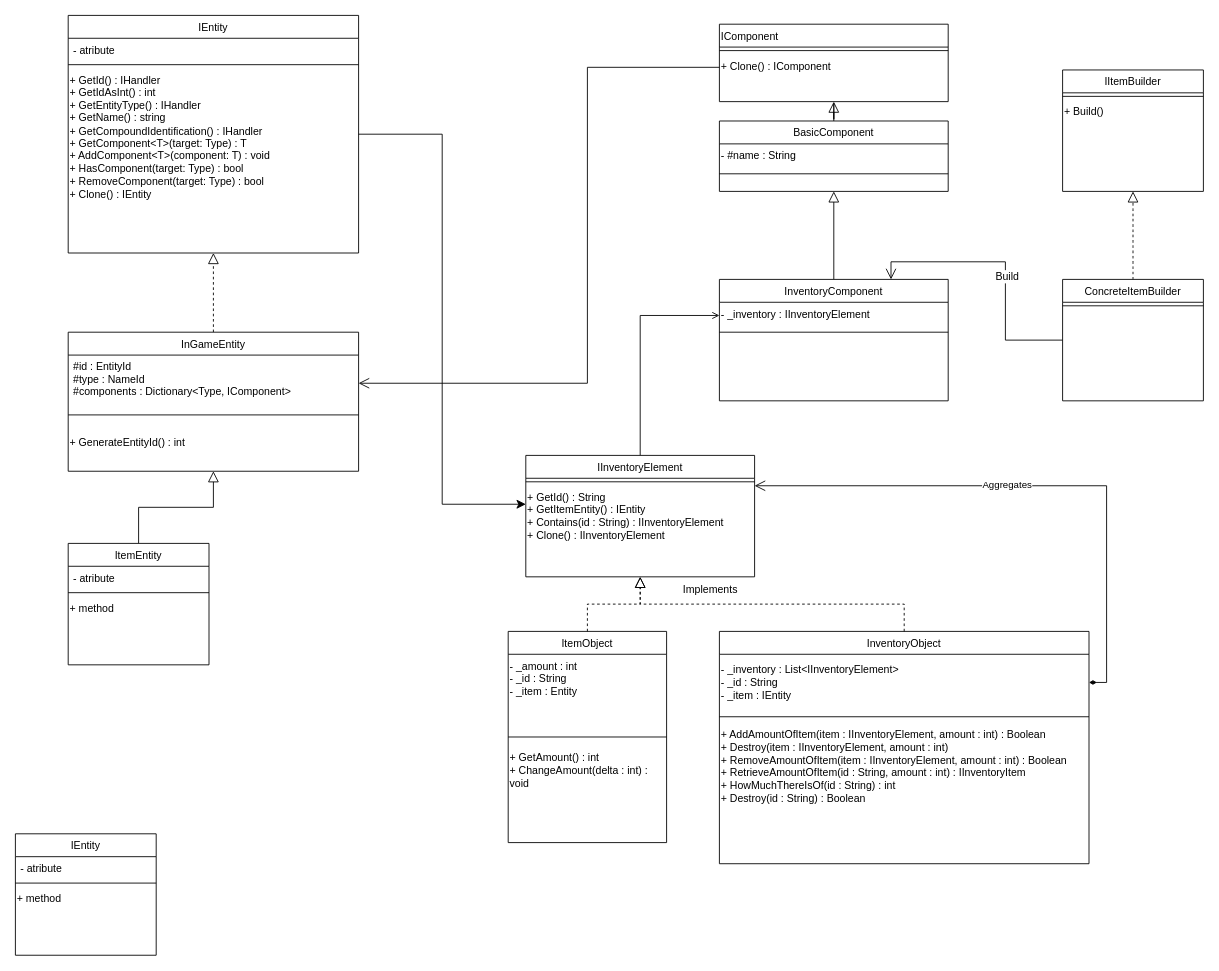
Earlier version of the draw.io diagram Diagrams/UML/InventorySystem.drawio (Sekahy48/UnityProject). Source tidied: cells renumbered, new cells numbered last; positions are measured from the earlier drawing's top-left corner, leaving out a move shared by most shapes. Both pictures are drawn from the tidied source at 88%, with x=0, y=0 at pixel (15, 15).
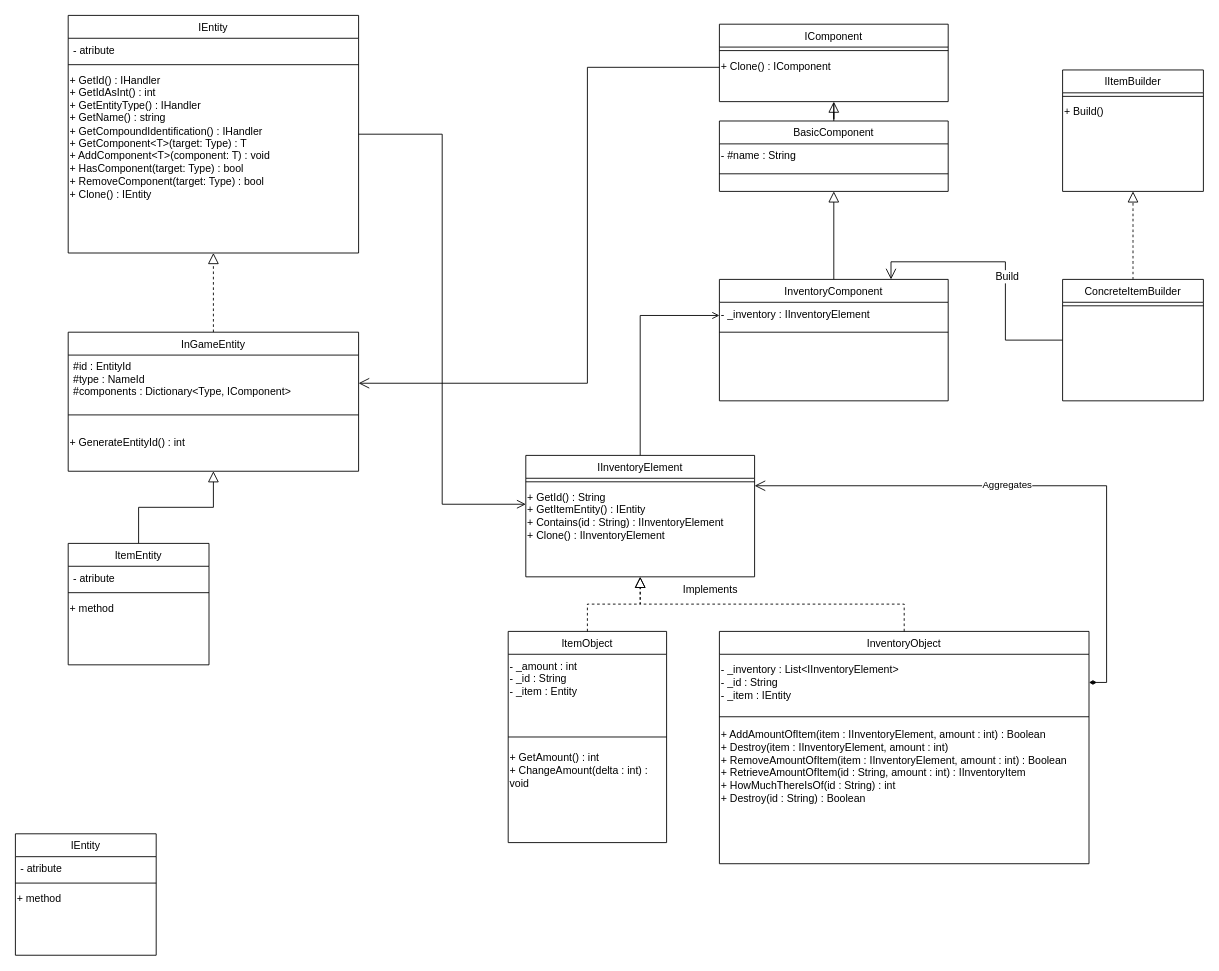
After the change.

The change refers to these unchanged cells:
```xml
<mxCell id="5" value="+ GetId() : String&lt;div&gt;+ GetItemEntity() : IEntity&lt;/div&gt;&lt;div&gt;+ Contains(id : String) : IInventoryElement&lt;/div&gt;&lt;div&gt;+ Clone() : IInventoryElement&lt;/div&gt;" style="text;html=1;whiteSpace=wrap;strokeColor=none;fillColor=none;align=left;verticalAlign=top;rounded=0;" parent="3" vertex="1">
  <mxGeometry y="34" width="260" height="86" as="geometry" />
</mxCell>
<mxCell id="39" value="IEntity" style="swimlane;fontStyle=0;align=center;verticalAlign=top;horizontal=1;startSize=26;rounded=0;shadow=0;strokeWidth=1;" parent="1" vertex="1">
  <mxGeometry x="60" width="330" height="270" as="geometry" />
</mxCell>
```

Change to the diagram source:
```diff
@@
-    <mxCell id="27" value="IComponent" style="swimlane;fontStyle=0;align=left;verticalAlign=top;horizontal=1;startSize=26;rounded=0;shadow=0;strokeWidth=1;" parent="1" vertex="1">
+    <mxCell id="27" value="IComponent" style="swimlane;fontStyle=0;align=center;verticalAlign=top;horizontal=1;startSize=26;rounded=0;shadow=0;strokeWidth=1;" parent="1" vertex="1">
       <mxGeometry x="800" y="10" width="260" height="88" as="geometry" />
     </mxCell>
@@
-    <mxCell id="38" style="edgeStyle=orthogonalEdgeStyle;rounded=0;jettySize=auto;html=1;entryX=0;entryY=0.25;entryDx=0;entryDy=0;fontSize=12;startSize=8;endSize=8;" parent="1" edge="1" source="39" target="5">
+    <mxCell id="38" style="edgeStyle=orthogonalEdgeStyle;rounded=0;jettySize=auto;html=1;entryX=0;entryY=0.25;entryDx=0;entryDy=0;fontSize=12;startSize=8;endSize=8;endArrow=open;endFill=0;" parent="1" edge="1" source="39" target="5">
       <mxGeometry relative="1" as="geometry" />
     </mxCell>
```
